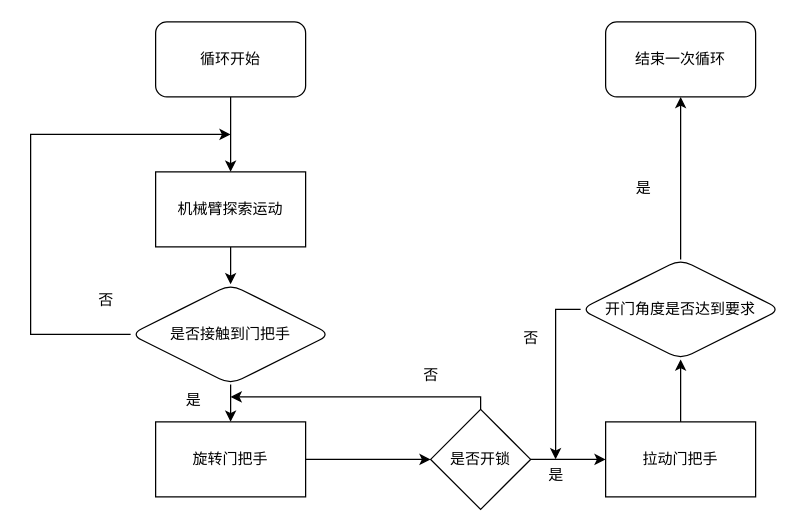
This is 未命名绘图.drawio from li-rh/diagrams.net, a draw.io file, before an edit. Source tidied: cells renumbered, new cells numbered last; positions are measured from the earlier drawing's top-left corner, leaving out a move shared by most shapes. Both pictures are drawn from the tidied source at 125%, with x=0, y=0 at pixel (30, 21).
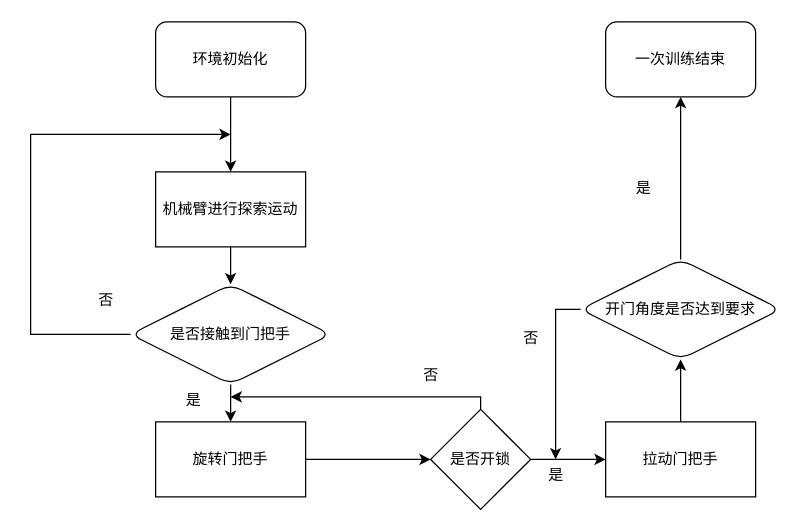
The same diagram, later.

Commit message:
开门环境任务流程图

The edit, as a diff of the source:
```diff
@@
-    <mxCell id="3" value="循环开始" style="rounded=1;whiteSpace=wrap;html=1;" parent="1" vertex="1">
+    <mxCell id="3" value="环境初始化" style="rounded=1;whiteSpace=wrap;html=1;" parent="1" vertex="1">
       <mxGeometry x="100" width="120" height="60" as="geometry" />
     </mxCell>
@@
-    <mxCell id="8" value="机械臂探索运动" style="rounded=0;whiteSpace=wrap;html=1;" parent="1" vertex="1">
+    <mxCell id="8" value="机械臂进行探索运动" style="rounded=0;whiteSpace=wrap;html=1;" parent="1" vertex="1">
       <mxGeometry x="100" y="120" width="120" height="60" as="geometry" />
     </mxCell>
@@
-    <mxCell id="22" value="结束一次循环" style="rounded=1;whiteSpace=wrap;html=1;" parent="1" vertex="1">
+    <mxCell id="22" value="一次训练结束" style="rounded=1;whiteSpace=wrap;html=1;" parent="1" vertex="1">
       <mxGeometry x="460" width="120" height="60" as="geometry" />
     </mxCell>
```
